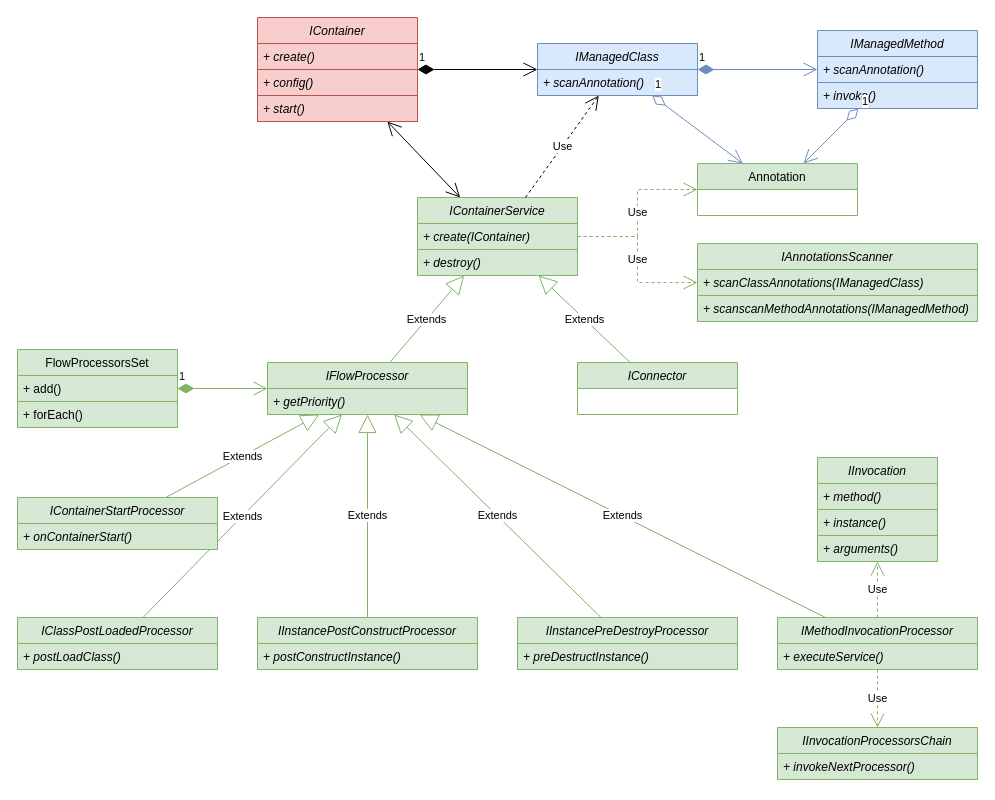
This is page "Service Classes" (4 of 11) of docs/container.drawio from js-lib-com/tiny-container, a draw.io file, before an edit. Source tidied: cells renumbered, new cells numbered last; positions are measured from the earlier drawing's top-left corner, leaving out a move shared by most shapes. Both pictures are drawn from the tidied source at 100%, with x=0, y=0 at pixel (17, 17).
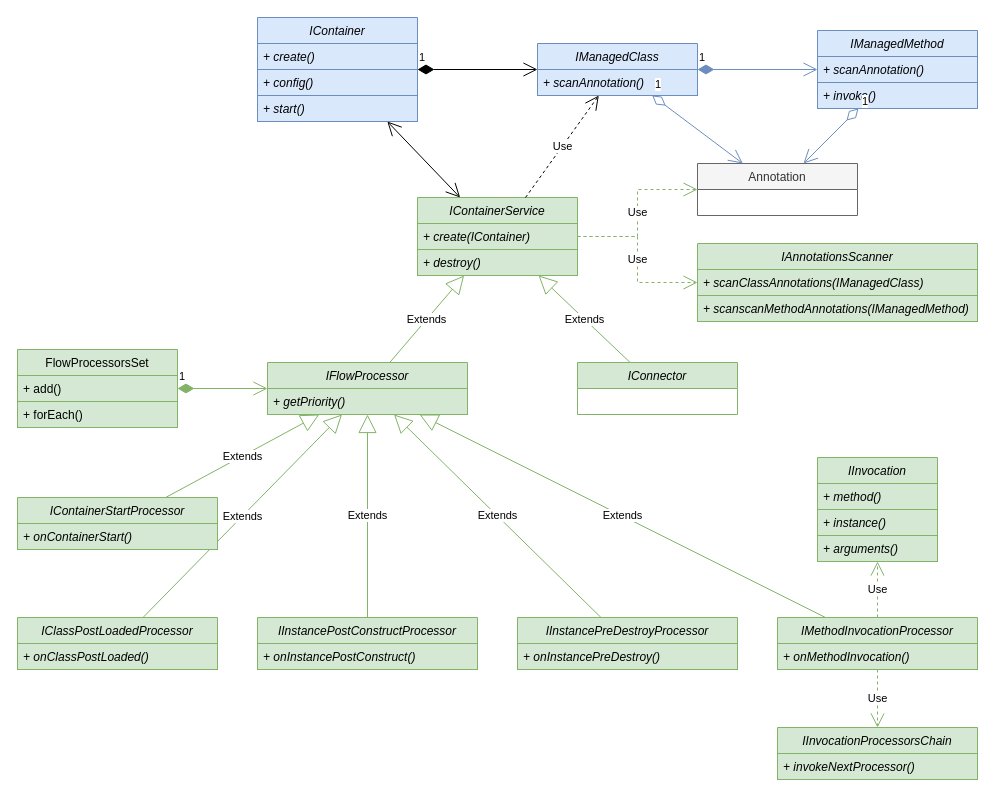
The same diagram, later.

Unchanged cells that the change refers to:
```xml
<mxCell id="8" value="IMethodInvocationProcessor" style="swimlane;fontStyle=2;horizontal=1;startSize=26;fillColor=#d5e8d4;strokeColor=#82b366;" parent="1" vertex="1">
  <mxGeometry x="760" y="600" width="200" height="52" as="geometry" />
</mxCell>
<mxCell id="10" value="IClassPostLoadedProcessor" style="swimlane;fontStyle=2;horizontal=1;startSize=26;fillColor=#d5e8d4;strokeColor=#82b366;" parent="1" vertex="1">
  <mxGeometry y="600" width="200" height="52" as="geometry" />
</mxCell>
<mxCell id="12" value="IInstancePostConstructProcessor" style="swimlane;fontStyle=2;horizontal=1;startSize=26;fillColor=#d5e8d4;strokeColor=#82b366;" parent="1" vertex="1">
  <mxGeometry x="240" y="600" width="220" height="52" as="geometry" />
</mxCell>
<mxCell id="14" value="IInstancePreDestroyProcessor" style="swimlane;fontStyle=2;horizontal=1;startSize=26;fillColor=#d5e8d4;strokeColor=#82b366;" parent="1" vertex="1">
  <mxGeometry x="500" y="600" width="220" height="52" as="geometry" />
</mxCell>
```

The edit, as a diff of the source:
```diff
@@
-    <mxCell id="9" value="+ executeService()" style="text;strokeColor=#82b366;fillColor=#d5e8d4;align=left;verticalAlign=top;spacingLeft=4;spacingRight=4;overflow=hidden;fontStyle=2;" parent="8" vertex="1">
+    <mxCell id="9" value="+ onMethodInvocation()" style="text;strokeColor=#82b366;fillColor=#d5e8d4;align=left;verticalAlign=top;spacingLeft=4;spacingRight=4;overflow=hidden;fontStyle=2;" parent="8" vertex="1">
       <mxGeometry y="26" width="200" height="26" as="geometry" />
     </mxCell>
@@
-    <mxCell id="11" value="+ postLoadClass()" style="text;strokeColor=#82b366;fillColor=#d5e8d4;align=left;verticalAlign=top;spacingLeft=4;spacingRight=4;overflow=hidden;fontStyle=2;" parent="10" vertex="1">
+    <mxCell id="11" value="+ onClassPostLoaded()" style="text;strokeColor=#82b366;fillColor=#d5e8d4;align=left;verticalAlign=top;spacingLeft=4;spacingRight=4;overflow=hidden;fontStyle=2;" parent="10" vertex="1">
       <mxGeometry y="26" width="200" height="26" as="geometry" />
     </mxCell>
@@
-    <mxCell id="13" value="+ postConstructInstance()" style="text;strokeColor=#82b366;fillColor=#d5e8d4;align=left;verticalAlign=top;spacingLeft=4;spacingRight=4;overflow=hidden;fontStyle=2;" parent="12" vertex="1">
+    <mxCell id="13" value="+ onInstancePostConstruct()" style="text;strokeColor=#82b366;fillColor=#d5e8d4;align=left;verticalAlign=top;spacingLeft=4;spacingRight=4;overflow=hidden;fontStyle=2;" parent="12" vertex="1">
       <mxGeometry y="26" width="220" height="26" as="geometry" />
     </mxCell>
@@
-    <mxCell id="15" value="+ preDestructInstance()" style="text;strokeColor=#82b366;fillColor=#d5e8d4;align=left;verticalAlign=top;spacingLeft=4;spacingRight=4;overflow=hidden;fontStyle=2;" parent="14" vertex="1">
+    <mxCell id="15" value="+ onInstancePreDestroy()" style="text;strokeColor=#82b366;fillColor=#d5e8d4;align=left;verticalAlign=top;spacingLeft=4;spacingRight=4;overflow=hidden;fontStyle=2;" parent="14" vertex="1">
       <mxGeometry y="26" width="220" height="26" as="geometry" />
     </mxCell>
@@
-    <mxCell id="25" value="IContainer" style="swimlane;fontStyle=2;horizontal=1;startSize=26;fillColor=#f8cecc;strokeColor=#b85450;" parent="1" vertex="1">
+    <mxCell id="25" value="IContainer" style="swimlane;fontStyle=2;horizontal=1;startSize=26;fillColor=#dae8fc;strokeColor=#6c8ebf;" parent="1" vertex="1">
       <mxGeometry x="240" width="160" height="104" as="geometry" />
     </mxCell>
-    <mxCell id="26" value="+ create()" style="text;strokeColor=#b85450;fillColor=#f8cecc;align=left;verticalAlign=top;spacingLeft=4;spacingRight=4;overflow=hidden;fontStyle=2;" parent="25" vertex="1">
+    <mxCell id="26" value="+ create()" style="text;strokeColor=#6c8ebf;fillColor=#dae8fc;align=left;verticalAlign=top;spacingLeft=4;spacingRight=4;overflow=hidden;fontStyle=2;" parent="25" vertex="1">
       <mxGeometry y="26" width="160" height="26" as="geometry" />
     </mxCell>
-    <mxCell id="27" value="+ config()" style="text;strokeColor=#b85450;fillColor=#f8cecc;align=left;verticalAlign=top;spacingLeft=4;spacingRight=4;overflow=hidden;fontStyle=2;" parent="25" vertex="1">
+    <mxCell id="27" value="+ config()" style="text;strokeColor=#6c8ebf;fillColor=#dae8fc;align=left;verticalAlign=top;spacingLeft=4;spacingRight=4;overflow=hidden;fontStyle=2;" parent="25" vertex="1">
       <mxGeometry y="52" width="160" height="26" as="geometry" />
     </mxCell>
-    <mxCell id="28" value="+ start()" style="text;strokeColor=#b85450;fillColor=#f8cecc;align=left;verticalAlign=top;spacingLeft=4;spacingRight=4;overflow=hidden;fontStyle=2;" parent="25" vertex="1">
+    <mxCell id="28" value="+ start()" style="text;strokeColor=#6c8ebf;fillColor=#dae8fc;align=left;verticalAlign=top;spacingLeft=4;spacingRight=4;overflow=hidden;fontStyle=2;" parent="25" vertex="1">
       <mxGeometry y="78" width="160" height="26" as="geometry" />
     </mxCell>
@@
-    <mxCell id="36" value="Annotation" style="swimlane;fontStyle=0;horizontal=1;startSize=26;fillColor=#d5e8d4;strokeColor=#82b366;" parent="1" vertex="1">
+    <mxCell id="36" value="Annotation" style="swimlane;fontStyle=0;horizontal=1;startSize=26;fillColor=#f5f5f5;strokeColor=#666666;fontColor=#333333;" parent="1" vertex="1">
       <mxGeometry x="680" y="146" width="160" height="52" as="geometry" />
     </mxCell>
```
